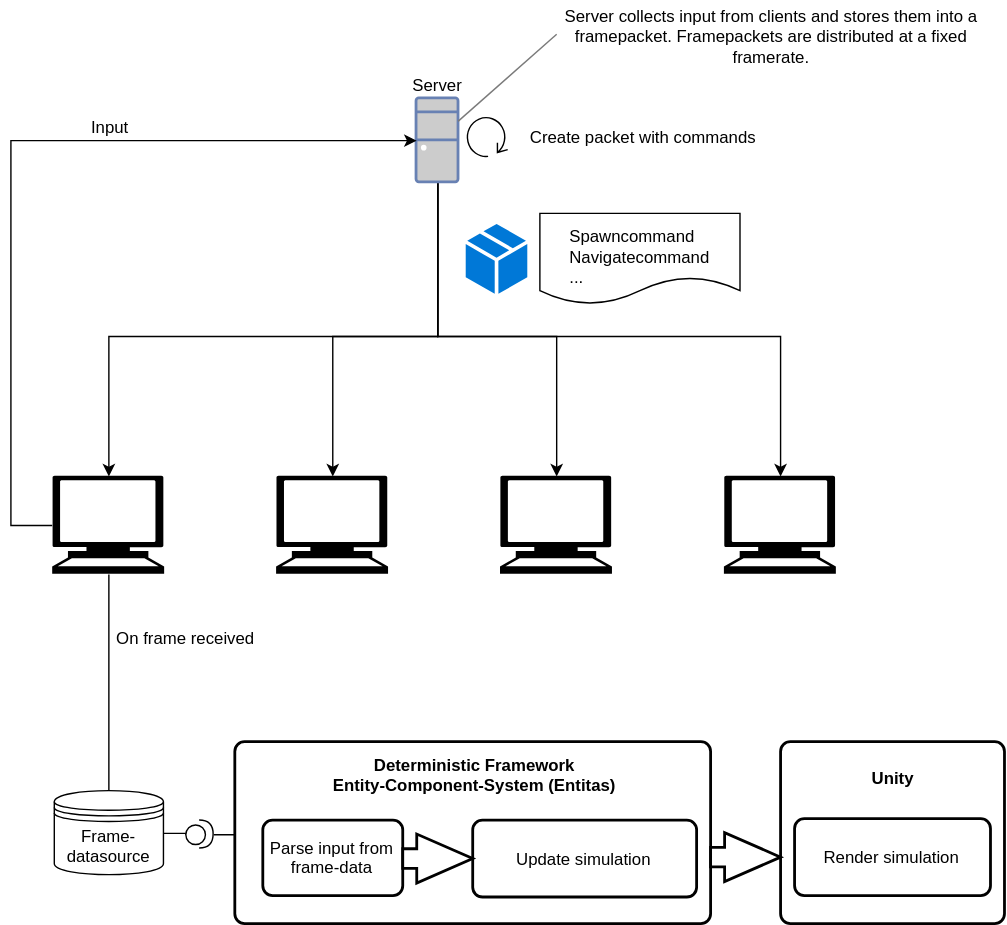
Before: Docs/Overview.svg, a diagram exported from draw.io (proepkes/UnityLockstep). Source tidied: cells renumbered, new cells last; positions are measured from the earlier drawing's top-left corner, leaving out a move shared by most shapes.
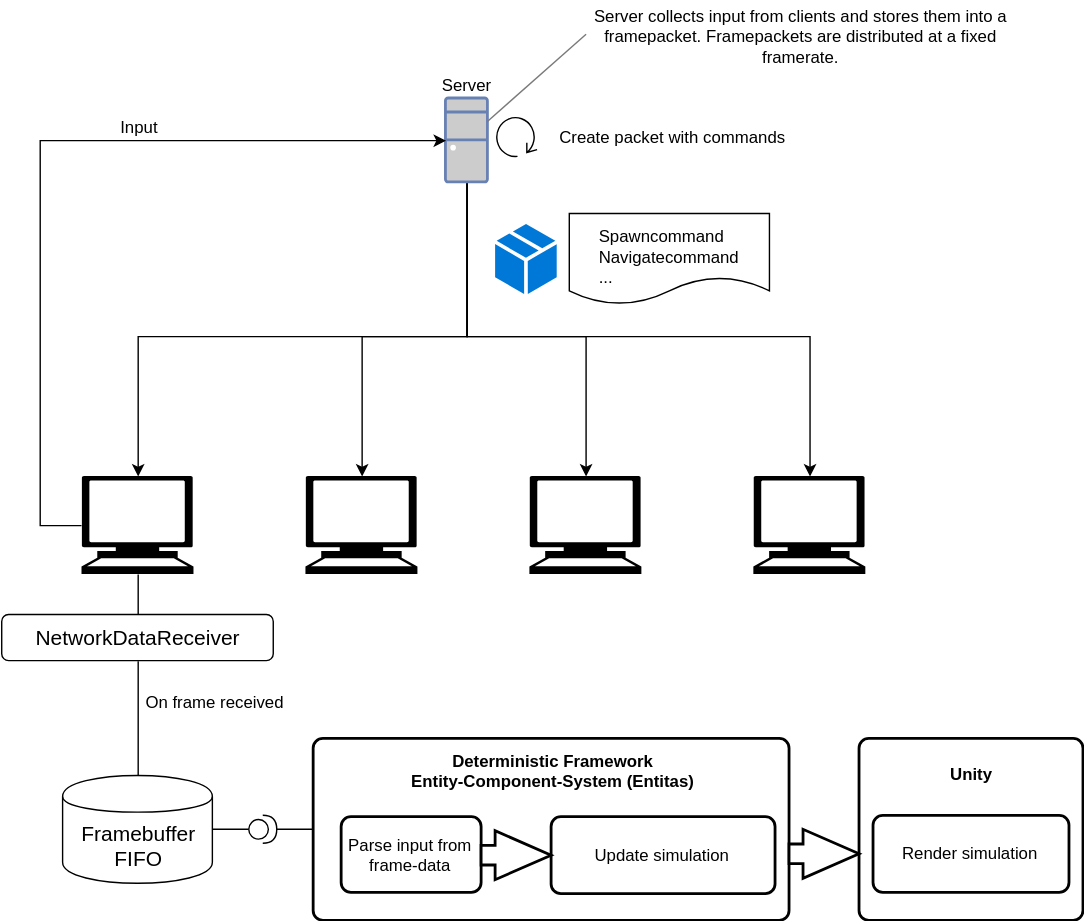
After the change.

The edit, as a diff of the source:
```diff
@@ -45,6 +45,9 @@
         </Array>
       </mxGeometry>
     </mxCell>
+    <mxCell id="35" style="edgeStyle=orthogonalEdgeStyle;rounded=0;html=1;exitX=0.5;exitY=1;exitDx=0;exitDy=0;exitPerimeter=0;entryX=0.5;entryY=0;entryDx=0;entryDy=0;endArrow=none;endFill=0;jettySize=auto;fontSize=15;" parent="1" edge="1" source="8" target="37">
+      <mxGeometry relative="1" as="geometry" />
+    </mxCell>
     <mxCell id="8" style="shape=mxgraph.signs.tech.computer;html=1;fillColor=#000000;strokeColor=none;verticalLabelPosition=bottom;verticalAlign=top;align=center;" parent="1" vertex="1">
       <mxGeometry x="29.5" y="339.5" width="80" height="70" as="geometry" />
     </mxCell>
@@ -67,34 +70,34 @@
       <mxGeometry x="281.5" y="49.5" width="46" height="20" as="geometry" />
     </mxCell>
     <mxCell id="15" value="On frame received" style="text;html=1;strokeColor=none;fillColor=none;align=center;verticalAlign=middle;whiteSpace=wrap;rounded=0;" parent="1" vertex="1">
-      <mxGeometry x="70" y="445" width="108" height="20" as="geometry" />
+      <mxGeometry x="69.5" y="491" width="108" height="20" as="geometry" />
     </mxCell>
     <mxCell id="16" style="rounded=1;whiteSpace=wrap;html=1;absoluteArcSize=1;arcSize=14;strokeWidth=2;" parent="1" vertex="1">
-      <mxGeometry x="160" y="529.5" width="340" height="130" as="geometry" />
+      <mxGeometry x="195" y="527" width="340" height="130" as="geometry" />
     </mxCell>
     <mxCell id="17" value="Parse input from frame-data" style="rounded=1;whiteSpace=wrap;html=1;absoluteArcSize=1;arcSize=14;strokeWidth=2;" parent="1" vertex="1">
-      <mxGeometry x="180" y="585.5" width="100" height="54" as="geometry" />
+      <mxGeometry x="215" y="583" width="100" height="54" as="geometry" />
     </mxCell>
     <mxCell id="18" value="Update simulation" style="rounded=1;whiteSpace=wrap;html=1;absoluteArcSize=1;arcSize=14;strokeWidth=2;" parent="1" vertex="1">
-      <mxGeometry x="330" y="585.5" width="160" height="55" as="geometry" />
+      <mxGeometry x="365" y="583" width="160" height="55" as="geometry" />
     </mxCell>
     <mxCell id="19" style="verticalLabelPosition=bottom;verticalAlign=top;html=1;strokeWidth=2;shape=mxgraph.arrows2.arrow;dy=0.6;dx=40;notch=0;" parent="1" vertex="1">
-      <mxGeometry x="280" y="595.5" width="50" height="35" as="geometry" />
+      <mxGeometry x="315" y="593" width="50" height="35" as="geometry" />
     </mxCell>
     <mxCell id="20" value="&lt;b&gt;Deterministic Framework&lt;br&gt;Entity-Component-System (Entitas)&lt;/b&gt;" style="text;html=1;strokeColor=none;fillColor=none;align=center;verticalAlign=middle;whiteSpace=wrap;rounded=0;" parent="1" vertex="1">
-      <mxGeometry x="160.5" y="538" width="341" height="29" as="geometry" />
+      <mxGeometry x="195.5" y="535.5" width="341" height="29" as="geometry" />
     </mxCell>
     <mxCell id="21" style="rounded=1;whiteSpace=wrap;html=1;absoluteArcSize=1;arcSize=14;strokeWidth=2;" parent="1" vertex="1">
-      <mxGeometry x="550" y="529.5" width="160" height="130" as="geometry" />
+      <mxGeometry x="585" y="527" width="160" height="130" as="geometry" />
     </mxCell>
     <mxCell id="22" value="&lt;b&gt;Unity&lt;/b&gt;&lt;br&gt;" style="text;html=1;strokeColor=none;fillColor=none;align=center;verticalAlign=middle;whiteSpace=wrap;rounded=0;" parent="1" vertex="1">
-      <mxGeometry x="550" y="544.5" width="160" height="20" as="geometry" />
+      <mxGeometry x="585" y="542" width="160" height="20" as="geometry" />
     </mxCell>
     <mxCell id="23" style="verticalLabelPosition=bottom;verticalAlign=top;html=1;strokeWidth=2;shape=mxgraph.arrows2.arrow;dy=0.6;dx=40;notch=0;" parent="1" vertex="1">
-      <mxGeometry x="500" y="594.5" width="50" height="35" as="geometry" />
+      <mxGeometry x="535" y="592" width="50" height="35" as="geometry" />
     </mxCell>
     <mxCell id="24" value="Render simulation" style="rounded=1;whiteSpace=wrap;html=1;absoluteArcSize=1;arcSize=14;strokeWidth=2;" parent="1" vertex="1">
-      <mxGeometry x="560" y="584.5" width="140" height="55" as="geometry" />
+      <mxGeometry x="595" y="582" width="140" height="55" as="geometry" />
     </mxCell>
     <mxCell id="25" value="&lt;div style=&quot;text-align: left&quot;&gt;&lt;span&gt;&lt;br&gt;&lt;/span&gt;&lt;/div&gt;&lt;div style=&quot;text-align: left&quot;&gt;&lt;span&gt;Spawncommand&lt;/span&gt;&lt;/div&gt;&lt;div style=&quot;text-align: left&quot;&gt;Navigatecommand&lt;/div&gt;&lt;div style=&quot;text-align: left&quot;&gt;...&lt;/div&gt;" style="shape=document;whiteSpace=wrap;html=1;boundedLbl=1;" parent="1" vertex="1">
       <mxGeometry x="378" y="152" width="143" height="65" as="geometry" />
@@ -102,13 +105,6 @@
     <mxCell id="26" value="Input" style="text;html=1;strokeColor=none;fillColor=none;align=center;verticalAlign=middle;whiteSpace=wrap;rounded=0;" parent="1" vertex="1">
       <mxGeometry x="49.5" y="79.5" width="40" height="20" as="geometry" />
     </mxCell>
-    <mxCell id="27" style="edgeStyle=orthogonalEdgeStyle;rounded=0;jumpStyle=arc;html=1;exitX=0.5;exitY=1;exitDx=0;exitDy=0;exitPerimeter=0;jettySize=auto;entryX=0.5;entryY=0;entryDx=0;entryDy=0;" parent="1" edge="1" source="8" target="32">
-      <mxGeometry relative="1" as="geometry">
-        <Array as="points">
-          <mxPoint x="70" y="580" />
-        </Array>
-      </mxGeometry>
-    </mxCell>
     <mxCell id="28" style="endArrow=none;html=1;strokeColor=#7A7A7A;" parent="1" edge="1" source="6">
       <mxGeometry relative="1" as="geometry">
         <mxPoint x="390" y="24" as="targetPoint" />
@@ -120,17 +116,23 @@
     <mxCell id="30" style="shadow=0;dashed=0;html=1;strokeColor=none;labelPosition=center;verticalLabelPosition=bottom;verticalAlign=top;align=center;shape=mxgraph.mscae.cloud.service_package;fillColor=#0078D7;" parent="1" vertex="1">
       <mxGeometry x="325" y="159.5" width="44" height="50" as="geometry" />
     </mxCell>
-    <mxCell id="31" style="edgeStyle=orthogonalEdgeStyle;rounded=0;html=1;exitX=1;exitY=0.5;exitDx=0;exitDy=0;entryX=0;entryY=0.5;entryDx=0;entryDy=0;entryPerimeter=0;endArrow=none;endFill=0;jettySize=auto;" parent="1" edge="1" source="32" target="34">
-      <mxGeometry relative="1" as="geometry" />
-    </mxCell>
-    <mxCell id="32" value="Frame-&lt;br&gt;datasource&lt;br&gt;" style="shape=datastore;whiteSpace=wrap;html=1;" parent="1" vertex="1">
-      <mxGeometry x="31" y="564.5" width="78" height="60" as="geometry" />
-    </mxCell>
-    <mxCell id="33" style="edgeStyle=orthogonalEdgeStyle;rounded=0;html=1;entryX=0;entryY=0.5;entryDx=0;entryDy=0;endArrow=none;endFill=0;jettySize=auto;exitX=1;exitY=0.5;exitDx=0;exitDy=0;exitPerimeter=0;" parent="1" edge="1" source="34" target="16">
+    <mxCell id="33" style="edgeStyle=orthogonalEdgeStyle;rounded=0;html=1;exitX=1;exitY=0.5;exitDx=0;exitDy=0;exitPerimeter=0;entryX=0;entryY=0.5;entryDx=0;entryDy=0;endArrow=none;endFill=0;jettySize=auto;fontSize=15;" parent="1" edge="1" source="34" target="16">
       <mxGeometry relative="1" as="geometry" />
     </mxCell>
+    <mxCell id="36" style="edgeStyle=orthogonalEdgeStyle;rounded=0;html=1;exitX=0;exitY=0.5;exitDx=0;exitDy=0;exitPerimeter=0;entryX=1;entryY=0.5;entryDx=0;entryDy=0;endArrow=none;endFill=0;jettySize=auto;fontSize=15;" parent="1" edge="1" source="34" target="39">
+      <mxGeometry relative="1" as="geometry" />
+    </mxCell>
     <mxCell id="34" style="shape=providedRequiredInterface;html=1;verticalLabelPosition=bottom;" parent="1" vertex="1">
-      <mxGeometry x="124.5" y="585.5" width="20" height="20" as="geometry" />
+      <mxGeometry x="149" y="582" width="20" height="20" as="geometry" />
     </mxCell>
+    <mxCell id="37" value="NetworkDataReceiver" style="rounded=1;whiteSpace=wrap;html=1;strokeColor=#000000;fillColor=#ffffff;fontSize=15;" parent="1" vertex="1">
+      <mxGeometry x="-27.5" y="438.5" width="194" height="33" as="geometry" />
+    </mxCell>
+    <mxCell id="38" style="edgeStyle=orthogonalEdgeStyle;rounded=0;html=1;exitX=0.5;exitY=0;exitDx=0;exitDy=0;entryX=0.5;entryY=1;entryDx=0;entryDy=0;endArrow=none;endFill=0;jettySize=auto;fontSize=15;" parent="1" edge="1" source="39" target="37">
+      <mxGeometry relative="1" as="geometry" />
+    </mxCell>
+    <mxCell id="39" value="Framebuffer&lt;br&gt;FIFO&lt;br&gt;" style="shape=cylinder;whiteSpace=wrap;html=1;boundedLbl=1;backgroundOutline=1;strokeColor=#000000;fillColor=#ffffff;fontSize=15;" parent="1" vertex="1">
+      <mxGeometry x="16" y="553.5" width="107" height="77" as="geometry" />
+    </mxCell>
   </root>
 </mxGraphModel>
```
